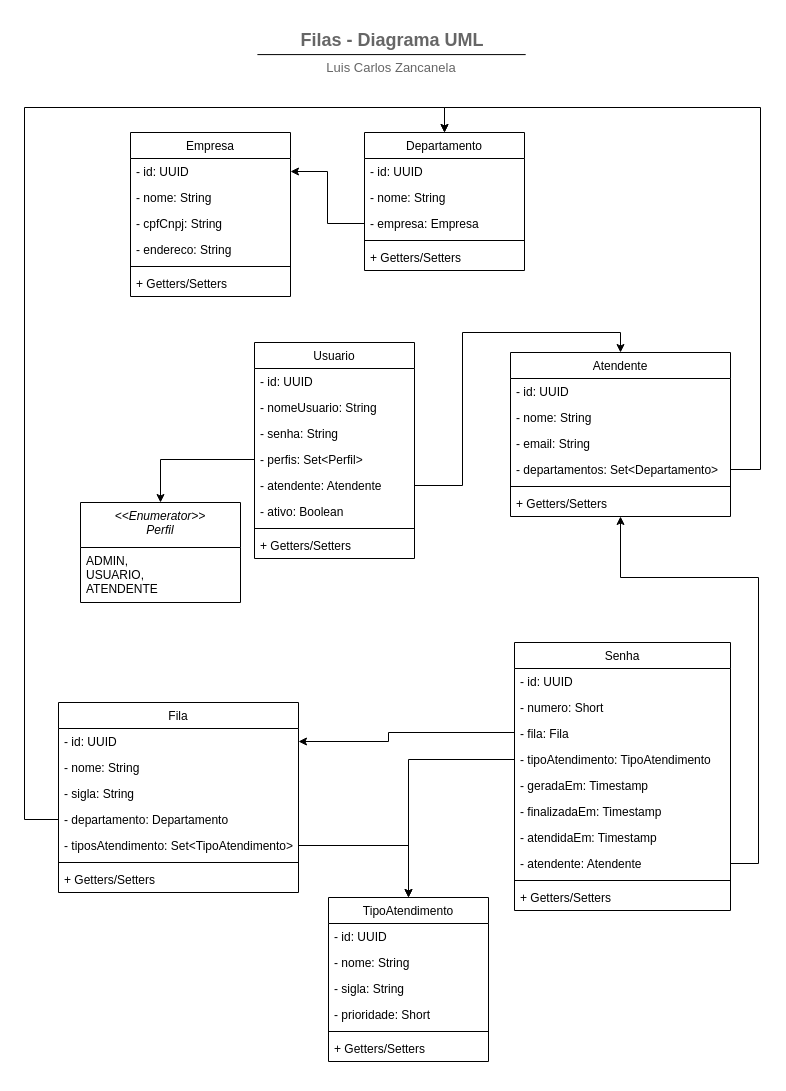
The draw.io diagram docs/uml-diagram.drawio in didifive/queue-service-api, before the edit. Source tidied: cells renumbered, new cells numbered last; positions are measured from the earlier drawing's top-left corner, leaving out a move shared by most shapes. Both pictures are drawn from the tidied source at 100%, with x=0, y=0 at pixel (24, 17).
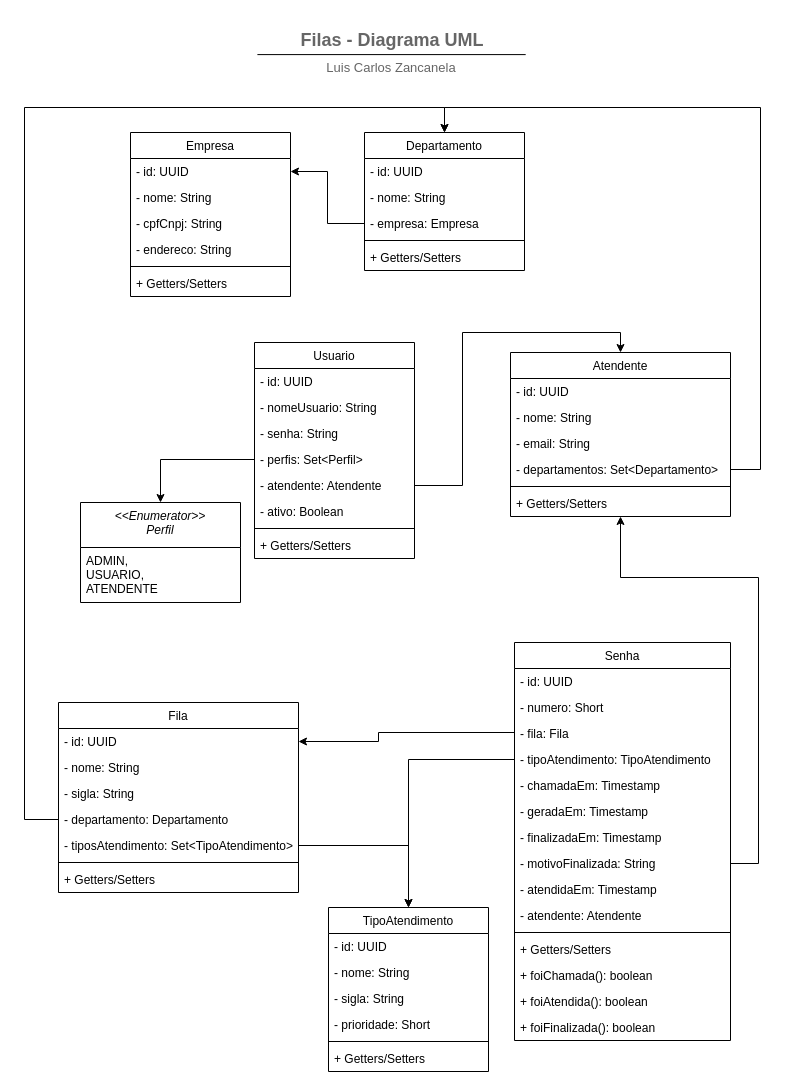
After the change.

Unchanged cells that the change refers to:
```xml
<mxCell id="11" value="- id: UUID" style="text;align=left;verticalAlign=top;spacingLeft=4;spacingRight=4;overflow=hidden;points=[[0,0.5],[1,0.5]];portConstraint=eastwest;" parent="10" vertex="1">
  <mxGeometry y="26" width="240" height="26" as="geometry" />
</mxCell>
<mxCell id="22" value="- fila: Fila" style="text;align=left;verticalAlign=top;spacingLeft=4;spacingRight=4;overflow=hidden;points=[[0,0.5],[1,0.5]];portConstraint=eastwest;" parent="19" vertex="1">
  <mxGeometry y="78" width="216" height="26" as="geometry" />
</mxCell>
<mxCell id="23" value="- tipoAtendimento: TipoAtendimento" style="text;align=left;verticalAlign=top;spacingLeft=4;spacingRight=4;overflow=hidden;points=[[0,0.5],[1,0.5]];portConstraint=eastwest;" parent="19" vertex="1">
  <mxGeometry y="104" width="216" height="26" as="geometry" />
</mxCell>
```

What changed in the source:
```diff
@@
     <mxCell id="19" value="Senha" style="swimlane;fontStyle=0;align=center;verticalAlign=top;horizontal=1;startSize=26;rounded=0;shadow=0;strokeWidth=1;" parent="1" vertex="1">
-      <mxGeometry x="490" y="625" width="216" height="268" as="geometry" />
+      <mxGeometry x="490" y="625" width="216" height="398" as="geometry" />
     </mxCell>
@@
+    <mxCell id="72" value="- chamadaEm: Timestamp" style="text;align=left;verticalAlign=top;spacingLeft=4;spacingRight=4;overflow=hidden;" parent="19" vertex="1">
+      <mxGeometry y="130" width="216" height="26" as="geometry" />
+    </mxCell>
     <mxCell id="24" value="- geradaEm: Timestamp" style="text;align=left;verticalAlign=top;spacingLeft=4;spacingRight=4;overflow=hidden;" parent="19" vertex="1">
-      <mxGeometry y="130" width="216" height="26" as="geometry" />
+      <mxGeometry y="156" width="216" height="26" as="geometry" />
     </mxCell>
     <mxCell id="25" value="- finalizadaEm: Timestamp" style="text;align=left;verticalAlign=top;spacingLeft=4;spacingRight=4;overflow=hidden;" parent="19" vertex="1">
-      <mxGeometry y="156" width="216" height="26" as="geometry" />
+      <mxGeometry y="182" width="216" height="26" as="geometry" />
     </mxCell>
+    <mxCell id="73" value="- motivoFinalizada: String" style="text;align=left;verticalAlign=top;spacingLeft=4;spacingRight=4;overflow=hidden;" parent="19" vertex="1">
+      <mxGeometry y="208" width="216" height="26" as="geometry" />
+    </mxCell>
     <mxCell id="26" value="- atendidaEm: Timestamp" style="text;align=left;verticalAlign=top;spacingLeft=4;spacingRight=4;overflow=hidden;" parent="19" vertex="1">
-      <mxGeometry y="182" width="216" height="26" as="geometry" />
+      <mxGeometry y="234" width="216" height="26" as="geometry" />
     </mxCell>
     <mxCell id="27" value="- atendente: Atendente" style="text;align=left;verticalAlign=top;spacingLeft=4;spacingRight=4;overflow=hidden;points=[[0,0.5],[1,0.5]];portConstraint=eastwest;" parent="19" vertex="1">
-      <mxGeometry y="208" width="216" height="26" as="geometry" />
+      <mxGeometry y="260" width="216" height="26" as="geometry" />
     </mxCell>
     <mxCell id="28" style="line;html=1;strokeWidth=1;align=left;verticalAlign=middle;spacingTop=-1;spacingLeft=3;spacingRight=3;labelPosition=right;" parent="19" vertex="1">
-      <mxGeometry y="234" width="216" height="8" as="geometry" />
+      <mxGeometry y="286" width="216" height="8" as="geometry" />
     </mxCell>
     <mxCell id="29" value="+ Getters/Setters" style="text;align=left;verticalAlign=top;spacingLeft=4;spacingRight=4;overflow=hidden;rounded=0;shadow=0;html=0;" parent="19" vertex="1">
-      <mxGeometry y="242" width="216" height="26" as="geometry" />
+      <mxGeometry y="294" width="216" height="26" as="geometry" />
     </mxCell>
+    <mxCell id="74" value="+ foiChamada(): boolean" style="text;align=left;verticalAlign=top;spacingLeft=4;spacingRight=4;overflow=hidden;" parent="19" vertex="1">
+      <mxGeometry y="320" width="216" height="26" as="geometry" />
+    </mxCell>
+    <mxCell id="75" value="+ foiAtendida(): boolean" style="text;align=left;verticalAlign=top;spacingLeft=4;spacingRight=4;overflow=hidden;" parent="19" vertex="1">
+      <mxGeometry y="346" width="216" height="26" as="geometry" />
+    </mxCell>
+    <mxCell id="76" value="+ foiFinalizada(): boolean" style="text;align=left;verticalAlign=top;spacingLeft=4;spacingRight=4;overflow=hidden;" parent="19" vertex="1">
+      <mxGeometry y="372" width="216" height="26" as="geometry" />
+    </mxCell>
@@
     <mxCell id="48" style="edgeStyle=orthogonalEdgeStyle;rounded=0;jettySize=auto;html=1;entryX=1;entryY=0.5;entryDx=0;entryDy=0;exitX=0;exitY=0.5;exitDx=0;exitDy=0;" parent="1" edge="1" source="22" target="11">
       <mxGeometry relative="1" as="geometry">
         <Array as="points">
           <mxPoint x="490" y="715" />
-          <mxPoint x="364" y="715" />
-          <mxPoint x="364" y="724" />
+          <mxPoint x="354" y="715" />
+          <mxPoint x="354" y="724" />
         </Array>
       </mxGeometry>
     </mxCell>
@@
     <mxCell id="60" value="TipoAtendimento" style="swimlane;fontStyle=0;align=center;verticalAlign=top;horizontal=1;startSize=26;rounded=0;shadow=0;strokeWidth=1;" parent="1" vertex="1">
-      <mxGeometry x="304" y="880" width="160" height="164" as="geometry" />
+      <mxGeometry x="304" y="890" width="160" height="164" as="geometry" />
     </mxCell>
@@
-    <mxCell id="71" style="edgeStyle=orthogonalEdgeStyle;rounded=0;jettySize=auto;html=1;entryX=0.5;entryY=0;entryDx=0;entryDy=0;startArrow=none;startFill=0;endArrow=classic;endFill=1;" parent="1" edge="1" source="23" target="60">
-      <mxGeometry relative="1" as="geometry" />
+    <mxCell id="71" style="edgeStyle=orthogonalEdgeStyle;rounded=0;jettySize=auto;html=1;entryX=0.5;entryY=0;entryDx=0;entryDy=0;startArrow=none;startFill=0;endArrow=classic;endFill=1;exitX=0;exitY=0.5;exitDx=0;exitDy=0;" parent="1" edge="1" source="23" target="60">
+      <mxGeometry relative="1" as="geometry">
+        <Array as="points">
+          <mxPoint x="384" y="742" />
+        </Array>
+      </mxGeometry>
     </mxCell>
```
